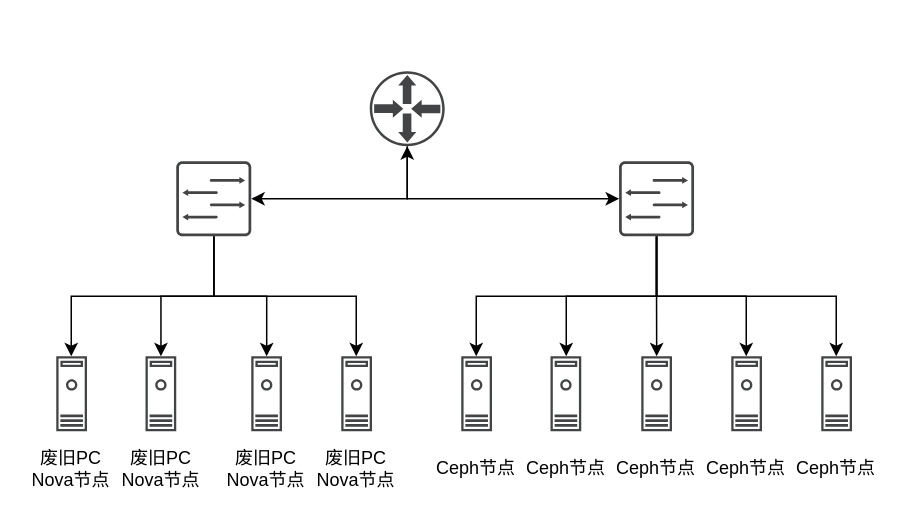
Before: 物理架构图.drawio in lrAltas/DrwaIO, a draw.io diagram. Source tidied: cells renumbered, new cells numbered last; positions are measured from the earlier drawing's top-left corner, leaving out a move shared by most shapes. Both pictures are drawn from the tidied source at 150%, with x=0, y=0 at pixel (26, 70).
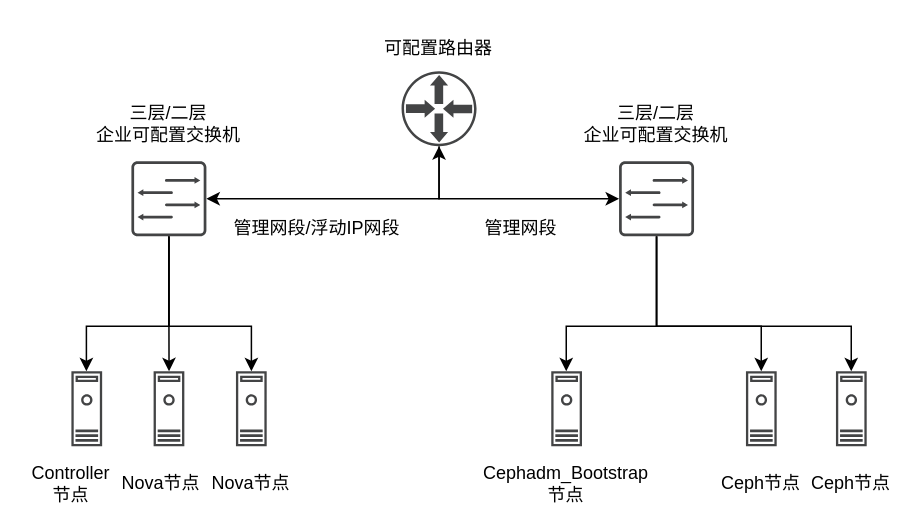
Above is the later version.

Commit message (it also covers changes not shown here):
更新物理架构图.drawio

Unchanged cells that the change refers to:
```xml
<mxCell id="21" style="sketch=0;shadow=0;dashed=0;html=1;strokeColor=none;fillColor=#434445;labelPosition=center;verticalLabelPosition=bottom;verticalAlign=top;align=center;outlineConnect=0;shape=mxgraph.vvd.switch;" parent="1" vertex="1">
  <mxGeometry x="395.2" y="60" width="50" height="50" as="geometry" />
</mxCell>
```

What changed in the source:
```diff
@@
     <mxCell id="2" style="sketch=0;shadow=0;dashed=0;html=1;strokeColor=none;fillColor=#434445;labelPosition=center;verticalLabelPosition=bottom;verticalAlign=top;align=center;outlineConnect=0;shape=mxgraph.vvd.machine;" parent="1" vertex="1">
-      <mxGeometry x="20" y="190" width="20.5" height="50" as="geometry" />
+      <mxGeometry x="30.1" y="200" width="20.5" height="50" as="geometry" />
     </mxCell>
     <mxCell id="3" style="sketch=0;shadow=0;dashed=0;html=1;strokeColor=none;fillColor=#434445;labelPosition=center;verticalLabelPosition=bottom;verticalAlign=top;align=center;outlineConnect=0;shape=mxgraph.vvd.machine;" parent="1" vertex="1">
-      <mxGeometry x="79.5" y="190" width="20.5" height="50" as="geometry" />
+      <mxGeometry x="84.9" y="200" width="20.5" height="50" as="geometry" />
     </mxCell>
     <mxCell id="4" style="edgeStyle=orthogonalEdgeStyle;rounded=0;jettySize=auto;html=1;" parent="1" edge="1" source="9" target="2">
       <mxGeometry relative="1" as="geometry">
         <Array as="points">
-          <mxPoint x="125" y="150" />
-          <mxPoint x="30" y="150" />
+          <mxPoint x="95.1" y="170" />
+          <mxPoint x="40.1" y="170" />
         </Array>
       </mxGeometry>
     </mxCell>
@@
     <mxCell id="6" style="edgeStyle=orthogonalEdgeStyle;rounded=0;jettySize=auto;html=1;" parent="1" edge="1" source="9" target="10">
-      <mxGeometry relative="1" as="geometry" />
+      <mxGeometry relative="1" as="geometry">
+        <Array as="points">
+          <mxPoint x="95.1" y="170" />
+          <mxPoint x="150.1" y="170" />
+        </Array>
+      </mxGeometry>
     </mxCell>
-    <mxCell id="7" style="edgeStyle=orthogonalEdgeStyle;rounded=0;jettySize=auto;html=1;" parent="1" edge="1" source="9" target="11">
-      <mxGeometry relative="1" as="geometry">
-        <Array as="points">
-          <mxPoint x="125" y="150" />
-          <mxPoint x="220" y="150" />
-        </Array>
-      </mxGeometry>
-    </mxCell>
@@
     <mxCell id="9" style="sketch=0;shadow=0;dashed=0;html=1;strokeColor=none;fillColor=#434445;labelPosition=center;verticalLabelPosition=bottom;verticalAlign=top;align=center;outlineConnect=0;shape=mxgraph.vvd.switch;" parent="1" vertex="1">
-      <mxGeometry x="100" y="60" width="50" height="50" as="geometry" />
+      <mxGeometry x="70.1" y="60" width="50" height="50" as="geometry" />
     </mxCell>
     <mxCell id="10" style="sketch=0;shadow=0;dashed=0;html=1;strokeColor=none;fillColor=#434445;labelPosition=center;verticalLabelPosition=bottom;verticalAlign=top;align=center;outlineConnect=0;shape=mxgraph.vvd.machine;" parent="1" vertex="1">
-      <mxGeometry x="150" y="190" width="20.5" height="50" as="geometry" />
+      <mxGeometry x="139.8" y="200" width="20.5" height="50" as="geometry" />
     </mxCell>
-    <mxCell id="11" style="sketch=0;shadow=0;dashed=0;html=1;strokeColor=none;fillColor=#434445;labelPosition=center;verticalLabelPosition=bottom;verticalAlign=top;align=center;outlineConnect=0;shape=mxgraph.vvd.machine;" parent="1" vertex="1">
-      <mxGeometry x="210" y="190" width="20.5" height="50" as="geometry" />
-    </mxCell>
     <mxCell id="12" style="edgeStyle=orthogonalEdgeStyle;rounded=0;jettySize=auto;html=1;" parent="1" edge="1" source="13" target="21">
       <mxGeometry relative="1" as="geometry">
         <Array as="points">
-          <mxPoint x="254" y="85" />
+          <mxPoint x="275" y="85" />
         </Array>
       </mxGeometry>
     </mxCell>
     <mxCell id="13" style="sketch=0;shadow=0;dashed=0;html=1;strokeColor=none;fillColor=#434445;labelPosition=center;verticalLabelPosition=bottom;verticalAlign=top;align=center;outlineConnect=0;shape=mxgraph.vvd.physical_upstream_router;" parent="1" vertex="1">
-      <mxGeometry x="229" width="50" height="50" as="geometry" />
+      <mxGeometry x="250.2" width="50" height="50" as="geometry" />
     </mxCell>
-    <mxCell id="14" style="sketch=0;shadow=0;dashed=0;html=1;strokeColor=none;fillColor=#434445;labelPosition=center;verticalLabelPosition=bottom;verticalAlign=top;align=center;outlineConnect=0;shape=mxgraph.vvd.machine;" parent="1" vertex="1">
-      <mxGeometry x="290" y="190" width="20.5" height="50" as="geometry" />
-    </mxCell>
-    <mxCell id="15" style="sketch=0;shadow=0;dashed=0;html=1;strokeColor=none;fillColor=#434445;labelPosition=center;verticalLabelPosition=bottom;verticalAlign=top;align=center;outlineConnect=0;shape=mxgraph.vvd.machine;" parent="1" vertex="1">
-      <mxGeometry x="349.5" y="190" width="20.5" height="50" as="geometry" />
-    </mxCell>
-    <mxCell id="16" style="edgeStyle=orthogonalEdgeStyle;rounded=0;jettySize=auto;html=1;" parent="1" edge="1" source="21" target="14">
-      <mxGeometry relative="1" as="geometry">
-        <Array as="points">
-          <mxPoint x="420" y="150" />
-          <mxPoint x="300" y="150" />
-        </Array>
-      </mxGeometry>
-    </mxCell>
-    <mxCell id="17" style="edgeStyle=orthogonalEdgeStyle;rounded=0;jettySize=auto;html=1;" parent="1" edge="1" source="21" target="15">
-      <mxGeometry relative="1" as="geometry">
-        <Array as="points">
-          <mxPoint x="420" y="150" />
-          <mxPoint x="360" y="150" />
-        </Array>
-      </mxGeometry>
-    </mxCell>
     <mxCell id="18" style="edgeStyle=orthogonalEdgeStyle;rounded=0;jettySize=auto;html=1;" parent="1" edge="1" source="21" target="22">
-      <mxGeometry relative="1" as="geometry" />
+      <mxGeometry relative="1" as="geometry">
+        <Array as="points">
+          <mxPoint x="420" y="170" />
+          <mxPoint x="360" y="170" />
+        </Array>
+      </mxGeometry>
     </mxCell>
     <mxCell id="19" style="edgeStyle=orthogonalEdgeStyle;rounded=0;jettySize=auto;html=1;" parent="1" edge="1" source="21" target="23">
       <mxGeometry relative="1" as="geometry">
         <Array as="points">
-          <mxPoint x="420" y="150" />
-          <mxPoint x="480" y="150" />
+          <mxPoint x="420" y="170" />
+          <mxPoint x="490" y="170" />
         </Array>
       </mxGeometry>
     </mxCell>
     <mxCell id="20" style="edgeStyle=orthogonalEdgeStyle;rounded=0;jettySize=auto;html=1;" parent="1" edge="1" source="21" target="25">
       <mxGeometry relative="1" as="geometry">
         <Array as="points">
-          <mxPoint x="420" y="150" />
-          <mxPoint x="540" y="150" />
+          <mxPoint x="420" y="170" />
+          <mxPoint x="550" y="170" />
         </Array>
       </mxGeometry>
     </mxCell>
@@
     <mxCell id="22" style="sketch=0;shadow=0;dashed=0;html=1;strokeColor=none;fillColor=#434445;labelPosition=center;verticalLabelPosition=bottom;verticalAlign=top;align=center;outlineConnect=0;shape=mxgraph.vvd.machine;" parent="1" vertex="1">
-      <mxGeometry x="410" y="190" width="20.5" height="50" as="geometry" />
+      <mxGeometry x="350" y="200" width="20.5" height="50" as="geometry" />
     </mxCell>
     <mxCell id="23" style="sketch=0;shadow=0;dashed=0;html=1;strokeColor=none;fillColor=#434445;labelPosition=center;verticalLabelPosition=bottom;verticalAlign=top;align=center;outlineConnect=0;shape=mxgraph.vvd.machine;" parent="1" vertex="1">
-      <mxGeometry x="470" y="190" width="20.5" height="50" as="geometry" />
+      <mxGeometry x="479.8" y="200" width="20.5" height="50" as="geometry" />
     </mxCell>
-    <mxCell id="24" value="&lt;div&gt;废旧PC&lt;/div&gt;&lt;div&gt;Nova节点&lt;/div&gt;" style="text;html=1;whiteSpace=wrap;strokeColor=none;fillColor=none;align=center;verticalAlign=middle;rounded=0;" parent="1" vertex="1">
-      <mxGeometry y="250" width="60" height="30" as="geometry" />
+    <mxCell id="24" value="Controller节点" style="text;html=1;whiteSpace=wrap;strokeColor=none;fillColor=none;align=center;verticalAlign=middle;rounded=0;" parent="1" vertex="1">
+      <mxGeometry y="260" width="60" height="30" as="geometry" />
     </mxCell>
     <mxCell id="25" style="sketch=0;shadow=0;dashed=0;html=1;strokeColor=none;fillColor=#434445;labelPosition=center;verticalLabelPosition=bottom;verticalAlign=top;align=center;outlineConnect=0;shape=mxgraph.vvd.machine;" parent="1" vertex="1">
-      <mxGeometry x="530" y="190" width="20.5" height="50" as="geometry" />
+      <mxGeometry x="539.8" y="200" width="20.5" height="50" as="geometry" />
     </mxCell>
-    <mxCell id="26" value="&lt;div&gt;废旧PC&lt;/div&gt;&lt;div&gt;Nova节点&lt;/div&gt;" style="text;html=1;whiteSpace=wrap;strokeColor=none;fillColor=none;align=center;verticalAlign=middle;rounded=0;" parent="1" vertex="1">
-      <mxGeometry x="60" y="250" width="60" height="30" as="geometry" />
+    <mxCell id="26" value="&lt;div&gt;Nova节点&lt;/div&gt;" style="text;html=1;whiteSpace=wrap;strokeColor=none;fillColor=none;align=center;verticalAlign=middle;rounded=0;" parent="1" vertex="1">
+      <mxGeometry x="60" y="260" width="60" height="30" as="geometry" />
     </mxCell>
-    <mxCell id="27" value="&lt;div&gt;废旧PC&lt;/div&gt;&lt;div&gt;Nova节点&lt;/div&gt;" style="text;html=1;whiteSpace=wrap;strokeColor=none;fillColor=none;align=center;verticalAlign=middle;rounded=0;" parent="1" vertex="1">
-      <mxGeometry x="130.2" y="250" width="60" height="30" as="geometry" />
+    <mxCell id="27" value="&lt;div&gt;Nova节点&lt;/div&gt;" style="text;html=1;whiteSpace=wrap;strokeColor=none;fillColor=none;align=center;verticalAlign=middle;rounded=0;" parent="1" vertex="1">
+      <mxGeometry x="120" y="260" width="60" height="30" as="geometry" />
     </mxCell>
-    <mxCell id="28" value="&lt;div&gt;废旧PC&lt;/div&gt;&lt;div&gt;Nova节点&lt;/div&gt;" style="text;html=1;whiteSpace=wrap;strokeColor=none;fillColor=none;align=center;verticalAlign=middle;rounded=0;" parent="1" vertex="1">
-      <mxGeometry x="190.2" y="250" width="60" height="30" as="geometry" />
-    </mxCell>
-    <mxCell id="29" value="Ceph节点" style="text;html=1;whiteSpace=wrap;strokeColor=none;fillColor=none;align=center;verticalAlign=middle;rounded=0;" parent="1" vertex="1">
-      <mxGeometry x="270" y="250" width="60" height="30" as="geometry" />
-    </mxCell>
-    <mxCell id="30" value="Ceph节点" style="text;html=1;whiteSpace=wrap;strokeColor=none;fillColor=none;align=center;verticalAlign=middle;rounded=0;" parent="1" vertex="1">
-      <mxGeometry x="329.8" y="250" width="60" height="30" as="geometry" />
-    </mxCell>
-    <mxCell id="31" value="Ceph节点" style="text;html=1;whiteSpace=wrap;strokeColor=none;fillColor=none;align=center;verticalAlign=middle;rounded=0;" parent="1" vertex="1">
-      <mxGeometry x="390.2" y="250" width="60" height="30" as="geometry" />
+    <mxCell id="31" value="Cephadm_Bootstrap节点" style="text;html=1;whiteSpace=wrap;strokeColor=none;fillColor=none;align=center;verticalAlign=middle;rounded=0;" parent="1" vertex="1">
+      <mxGeometry x="330.2" y="260" width="60" height="30" as="geometry" />
     </mxCell>
     <mxCell id="32" value="Ceph节点" style="text;html=1;whiteSpace=wrap;strokeColor=none;fillColor=none;align=center;verticalAlign=middle;rounded=0;" parent="1" vertex="1">
-      <mxGeometry x="450.2" y="250" width="60" height="30" as="geometry" />
+      <mxGeometry x="460" y="260" width="60" height="30" as="geometry" />
     </mxCell>
     <mxCell id="33" value="Ceph节点" style="text;html=1;whiteSpace=wrap;strokeColor=none;fillColor=none;align=center;verticalAlign=middle;rounded=0;" parent="1" vertex="1">
-      <mxGeometry x="510.2" y="250" width="60" height="30" as="geometry" />
+      <mxGeometry x="520" y="260" width="60" height="30" as="geometry" />
     </mxCell>
+    <mxCell id="34" value="可配置路由器" style="text;html=1;whiteSpace=wrap;strokeColor=none;fillColor=none;align=center;verticalAlign=middle;rounded=0;" parent="1" vertex="1">
+      <mxGeometry x="230.2" y="-30" width="90" height="30" as="geometry" />
+    </mxCell>
+    <mxCell id="35" value="&lt;div&gt;三层/二层&lt;/div&gt;&lt;div&gt;企业可配置交换机&lt;/div&gt;" style="text;html=1;whiteSpace=wrap;strokeColor=none;fillColor=none;align=center;verticalAlign=middle;rounded=0;" parent="1" vertex="1">
+      <mxGeometry x="20.1" y="20" width="150" height="30" as="geometry" />
+    </mxCell>
+    <mxCell id="36" value="&lt;div&gt;三层/二层&lt;/div&gt;&lt;div&gt;企业可配置交换机&lt;/div&gt;" style="text;html=1;whiteSpace=wrap;strokeColor=none;fillColor=none;align=center;verticalAlign=middle;rounded=0;" parent="1" vertex="1">
+      <mxGeometry x="345.2" y="20" width="150" height="30" as="geometry" />
+    </mxCell>
+    <mxCell id="37" value="管理网段/浮动IP网段" style="text;html=1;whiteSpace=wrap;strokeColor=none;fillColor=none;align=center;verticalAlign=middle;rounded=0;" parent="1" vertex="1">
+      <mxGeometry x="134" y="90" width="120" height="30" as="geometry" />
+    </mxCell>
+    <mxCell id="38" value="管理网段" style="text;html=1;whiteSpace=wrap;strokeColor=none;fillColor=none;align=center;verticalAlign=middle;rounded=0;" parent="1" vertex="1">
+      <mxGeometry x="300.2" y="90" width="60" height="30" as="geometry" />
+    </mxCell>
```
